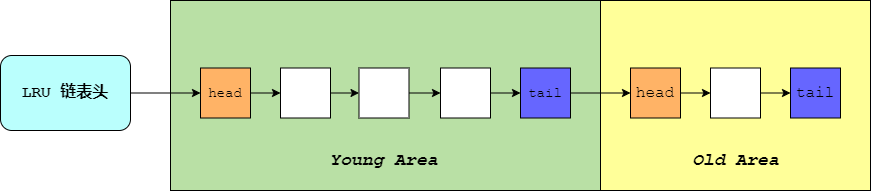
lds-17/picRes keeps this draw.io diagram as drawio/InnoDB_buffer_pool_lru.png. Above is the earlier version. Source tidied: cells renumbered, new cells last; positions are measured from the earlier drawing's top-left corner, leaving out a move shared by most shapes. Source of this version:
```xml
<mxGraphModel>
  <root>
    <mxCell id="0" />
    <mxCell id="1" parent="0" />
    <mxCell id="2" style="rounded=0;whiteSpace=wrap;html=1;fillColor=#FFFF99;" parent="1" vertex="1">
      <mxGeometry x="600" width="270" height="190" as="geometry" />
    </mxCell>
    <mxCell id="3" style="rounded=0;whiteSpace=wrap;html=1;fillColor=#B9E0A5;" parent="1" vertex="1">
      <mxGeometry x="170" width="430" height="190" as="geometry" />
    </mxCell>
    <mxCell id="4" style="edgeStyle=orthogonalEdgeStyle;rounded=0;jettySize=auto;html=1;exitX=1;exitY=0.5;exitDx=0;exitDy=0;entryX=0;entryY=0.5;entryDx=0;entryDy=0;" parent="1" edge="1" source="5" target="7">
      <mxGeometry relative="1" as="geometry" />
    </mxCell>
    <mxCell id="5" value="&lt;font size=&quot;3&quot; face=&quot;Courier New&quot;&gt;&lt;b&gt;LRU 链表头&lt;/b&gt;&lt;br&gt;&lt;/font&gt;" style="rounded=1;whiteSpace=wrap;html=1;fillColor=#BAFFFD;" parent="1" vertex="1">
      <mxGeometry y="55" width="130" height="75" as="geometry" />
    </mxCell>
    <mxCell id="6" style="edgeStyle=orthogonalEdgeStyle;rounded=0;jettySize=auto;html=1;exitX=1;exitY=0.5;exitDx=0;exitDy=0;entryX=0;entryY=0.5;entryDx=0;entryDy=0;" parent="1" edge="1" source="7" target="9">
      <mxGeometry relative="1" as="geometry" />
    </mxCell>
    <mxCell id="7" value="&lt;font style=&quot;font-size: 14px;&quot; face=&quot;Courier New&quot;&gt;head&lt;/font&gt;" style="rounded=0;whiteSpace=wrap;html=1;fillColor=#FFB366;" parent="1" vertex="1">
      <mxGeometry x="200" y="67.5" width="50" height="50" as="geometry" />
    </mxCell>
    <mxCell id="8" style="edgeStyle=orthogonalEdgeStyle;rounded=0;jettySize=auto;html=1;exitX=1;exitY=0.5;exitDx=0;exitDy=0;entryX=0;entryY=0.5;entryDx=0;entryDy=0;" parent="1" edge="1" source="9" target="11">
      <mxGeometry relative="1" as="geometry" />
    </mxCell>
    <mxCell id="9" style="rounded=0;whiteSpace=wrap;html=1;" parent="1" vertex="1">
      <mxGeometry x="280" y="67.5" width="50" height="50" as="geometry" />
    </mxCell>
    <mxCell id="10" style="edgeStyle=orthogonalEdgeStyle;rounded=0;jettySize=auto;html=1;exitX=1;exitY=0.5;exitDx=0;exitDy=0;entryX=0;entryY=0.5;entryDx=0;entryDy=0;" parent="1" edge="1" source="11" target="13">
      <mxGeometry relative="1" as="geometry" />
    </mxCell>
    <mxCell id="11" style="rounded=0;whiteSpace=wrap;html=1;" parent="1" vertex="1">
      <mxGeometry x="358.5" y="67.5" width="50" height="50" as="geometry" />
    </mxCell>
    <mxCell id="12" style="edgeStyle=orthogonalEdgeStyle;rounded=0;jettySize=auto;html=1;exitX=1;exitY=0.5;exitDx=0;exitDy=0;entryX=0;entryY=0.5;entryDx=0;entryDy=0;" parent="1" edge="1" source="13" target="15">
      <mxGeometry relative="1" as="geometry" />
    </mxCell>
    <mxCell id="13" style="rounded=0;whiteSpace=wrap;html=1;" parent="1" vertex="1">
      <mxGeometry x="440" y="67.5" width="50" height="50" as="geometry" />
    </mxCell>
    <mxCell id="14" style="edgeStyle=orthogonalEdgeStyle;rounded=0;jettySize=auto;html=1;exitX=1;exitY=0.5;exitDx=0;exitDy=0;entryX=0;entryY=0.5;entryDx=0;entryDy=0;" parent="1" edge="1" source="15" target="17">
      <mxGeometry relative="1" as="geometry" />
    </mxCell>
    <mxCell id="15" value="&lt;font style=&quot;font-size: 14px;&quot; face=&quot;Courier New&quot;&gt;tail&lt;/font&gt;" style="rounded=0;whiteSpace=wrap;html=1;fillColor=#6666FF;" parent="1" vertex="1">
      <mxGeometry x="520" y="67.5" width="50" height="50" as="geometry" />
    </mxCell>
    <mxCell id="16" style="edgeStyle=orthogonalEdgeStyle;rounded=0;jettySize=auto;html=1;exitX=1;exitY=0.5;exitDx=0;exitDy=0;entryX=0;entryY=0.5;entryDx=0;entryDy=0;" parent="1" edge="1" source="17" target="19">
      <mxGeometry relative="1" as="geometry" />
    </mxCell>
    <mxCell id="17" value="&lt;font size=&quot;3&quot; face=&quot;Courier New&quot;&gt;head&lt;/font&gt;" style="rounded=0;whiteSpace=wrap;html=1;fillColor=#FFB366;" parent="1" vertex="1">
      <mxGeometry x="630" y="67.5" width="50" height="50" as="geometry" />
    </mxCell>
    <mxCell id="18" style="edgeStyle=orthogonalEdgeStyle;rounded=0;jettySize=auto;html=1;exitX=1;exitY=0.5;exitDx=0;exitDy=0;entryX=0;entryY=0.5;entryDx=0;entryDy=0;" parent="1" edge="1" source="19" target="20">
      <mxGeometry relative="1" as="geometry" />
    </mxCell>
    <mxCell id="19" style="rounded=0;whiteSpace=wrap;html=1;" parent="1" vertex="1">
      <mxGeometry x="710" y="67.5" width="50" height="50" as="geometry" />
    </mxCell>
    <mxCell id="20" value="&lt;font size=&quot;3&quot; face=&quot;Courier New&quot;&gt;tail&lt;/font&gt;" style="rounded=0;whiteSpace=wrap;html=1;fillColor=#6666FF;" parent="1" vertex="1">
      <mxGeometry x="790" y="67.5" width="50" height="50" as="geometry" />
    </mxCell>
    <mxCell id="21" value="&lt;font face=&quot;Courier New&quot;&gt;&lt;span style=&quot;font-size: 18px;&quot;&gt;&lt;b&gt;&lt;i&gt;Young Area&lt;/i&gt;&lt;/b&gt;&lt;/span&gt;&lt;/font&gt;" style="text;html=1;strokeColor=none;fillColor=none;align=center;verticalAlign=middle;whiteSpace=wrap;rounded=0;" parent="1" vertex="1">
      <mxGeometry x="316" y="140" width="135" height="40" as="geometry" />
    </mxCell>
    <mxCell id="22" value="&lt;font face=&quot;Courier New&quot;&gt;&lt;span style=&quot;font-size: 18px;&quot;&gt;&lt;b&gt;&lt;i&gt;Old Area&lt;/i&gt;&lt;/b&gt;&lt;/span&gt;&lt;/font&gt;" style="text;html=1;strokeColor=none;fillColor=none;align=center;verticalAlign=middle;whiteSpace=wrap;rounded=0;" parent="1" vertex="1">
      <mxGeometry x="667.5" y="140" width="135" height="40" as="geometry" />
    </mxCell>
  </root>
</mxGraphModel>
```
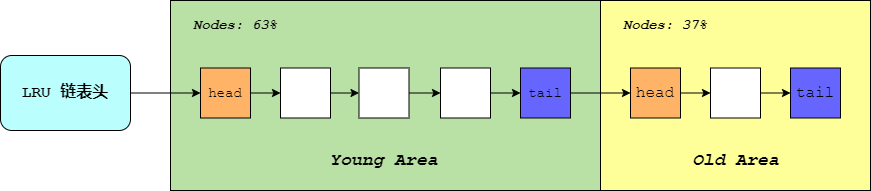
Later version of the same file.

The edit, as a diff of the source:
```diff
@@ -65,5 +65,11 @@
     <mxCell id="22" value="&lt;font face=&quot;Courier New&quot;&gt;&lt;span style=&quot;font-size: 18px;&quot;&gt;&lt;b&gt;&lt;i&gt;Old Area&lt;/i&gt;&lt;/b&gt;&lt;/span&gt;&lt;/font&gt;" style="text;html=1;strokeColor=none;fillColor=none;align=center;verticalAlign=middle;whiteSpace=wrap;rounded=0;" parent="1" vertex="1">
       <mxGeometry x="667.5" y="140" width="135" height="40" as="geometry" />
     </mxCell>
+    <mxCell id="23" value="&lt;font style=&quot;font-size: 14px;&quot; face=&quot;Courier New&quot;&gt;&lt;b&gt;&lt;i&gt;Nodes: 63%&lt;/i&gt;&lt;/b&gt;&lt;/font&gt;" style="text;html=1;strokeColor=none;fillColor=none;align=center;verticalAlign=middle;whiteSpace=wrap;rounded=0;" parent="1" vertex="1">
+      <mxGeometry x="190" y="10" width="90" height="30" as="geometry" />
+    </mxCell>
+    <mxCell id="24" value="&lt;font style=&quot;font-size: 14px;&quot; face=&quot;Courier New&quot;&gt;&lt;b&gt;&lt;i&gt;Nodes: 37%&lt;/i&gt;&lt;/b&gt;&lt;/font&gt;" style="text;html=1;strokeColor=none;fillColor=none;align=center;verticalAlign=middle;whiteSpace=wrap;rounded=0;" parent="1" vertex="1">
+      <mxGeometry x="620" y="10" width="90" height="30" as="geometry" />
+    </mxCell>
   </root>
 </mxGraphModel>
```
